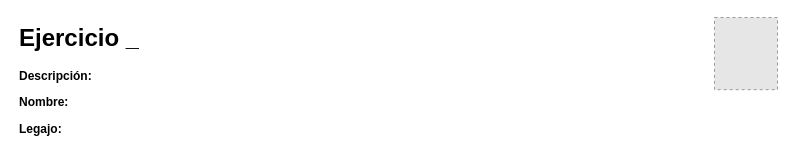
utnpuente/Laboratorio1-20241c-Alem keeps this draw.io diagram as plantilla.drawio. Above is the earlier version. Source tidied: cells renumbered, new cells numbered last; positions are measured from the earlier drawing's top-left corner, leaving out a move shared by most shapes. Both pictures are drawn from the tidied source at 100%, with x=0, y=0 at pixel (17, 17). Pictures stored in the file or linked from it are replaced by grey dashed boxes.
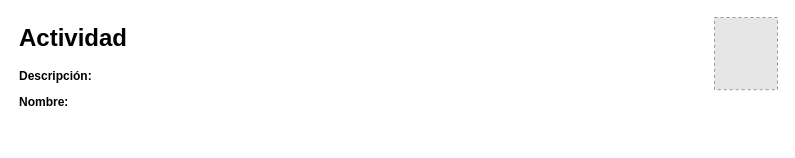
Above is the later version.

Diff of the diagram source:
```diff
@@
 <mxGraphModel>
   <root>
     <mxCell id="0" />
     <mxCell id="1" parent="0" />
-    <mxCell id="2" value="&lt;h1 style=&quot;margin-top: 0px;&quot;&gt;Ejercicio _&lt;br&gt;&lt;/h1&gt;&lt;p&gt;&lt;b&gt;Descripción: &lt;br&gt;&lt;/b&gt;&lt;/p&gt;&lt;p&gt;&lt;b&gt;Nombre: &lt;/b&gt;&lt;b&gt;&lt;br&gt;&lt;/b&gt;&lt;/p&gt;&lt;p&gt;&lt;b&gt;Legajo: &lt;/b&gt;&lt;b&gt;&lt;br&gt;&lt;/b&gt;&lt;/p&gt;&lt;p&gt;&lt;b&gt;&lt;br&gt;&lt;/b&gt; &lt;/p&gt;" style="text;html=1;whiteSpace=wrap;overflow=hidden;rounded=0;" parent="1" vertex="1">
+    <mxCell id="2" value="&lt;h1 style=&quot;margin-top: 0px;&quot;&gt;Actividad &lt;br&gt;&lt;/h1&gt;&lt;p&gt;&lt;b&gt;Descripción: &lt;br&gt;&lt;/b&gt;&lt;/p&gt;&lt;p&gt;&lt;b&gt;Nombre:&amp;nbsp; &lt;/b&gt;&lt;b&gt;&lt;/b&gt;&lt;b&gt;&lt;br&gt;&lt;/b&gt;&lt;/p&gt;&lt;p&gt;&lt;b&gt;&lt;br&gt;&lt;/b&gt; &lt;/p&gt;" style="text;html=1;whiteSpace=wrap;overflow=hidden;rounded=0;" parent="1" vertex="1">
       <mxGeometry width="760" height="120" as="geometry" />
     </mxCell>
     <mxCell id="3" style="fillColor=#E6E6E6;strokeColor=#999999;dashed=1;verticalLabelPosition=bottom;labelBackgroundColor=default;verticalAlign=top;" parent="1" vertex="1">
       <mxGeometry x="697" width="63" height="72.2" as="geometry" />
     </mxCell>
   </root>
 </mxGraphModel>
```
